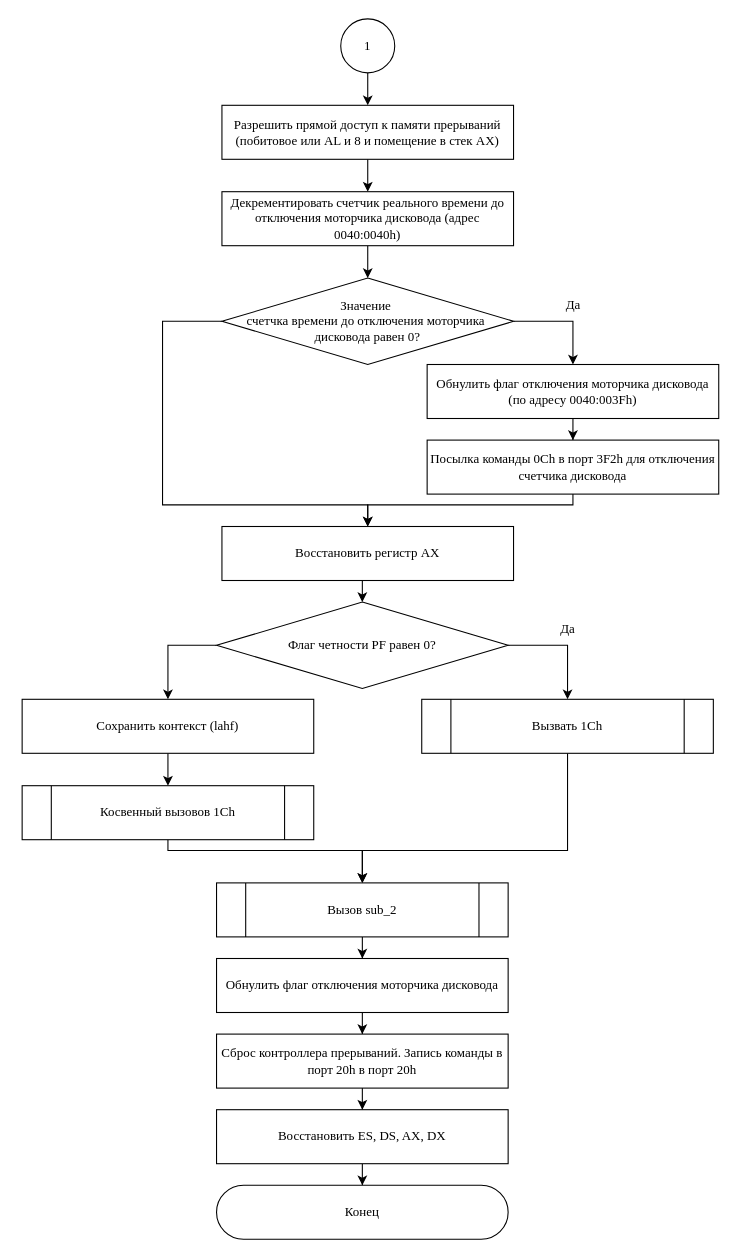
Above: lab-01/INT8_END.drawio in xanderkov/ics7-os (draw.io), before the change. Source tidied: cells renumbered, new cells numbered last; positions are measured from the earlier drawing's top-left corner, leaving out a move shared by most shapes. Both pictures are drawn from the tidied source at 108%, with x=0, y=0 at pixel (22, 18).
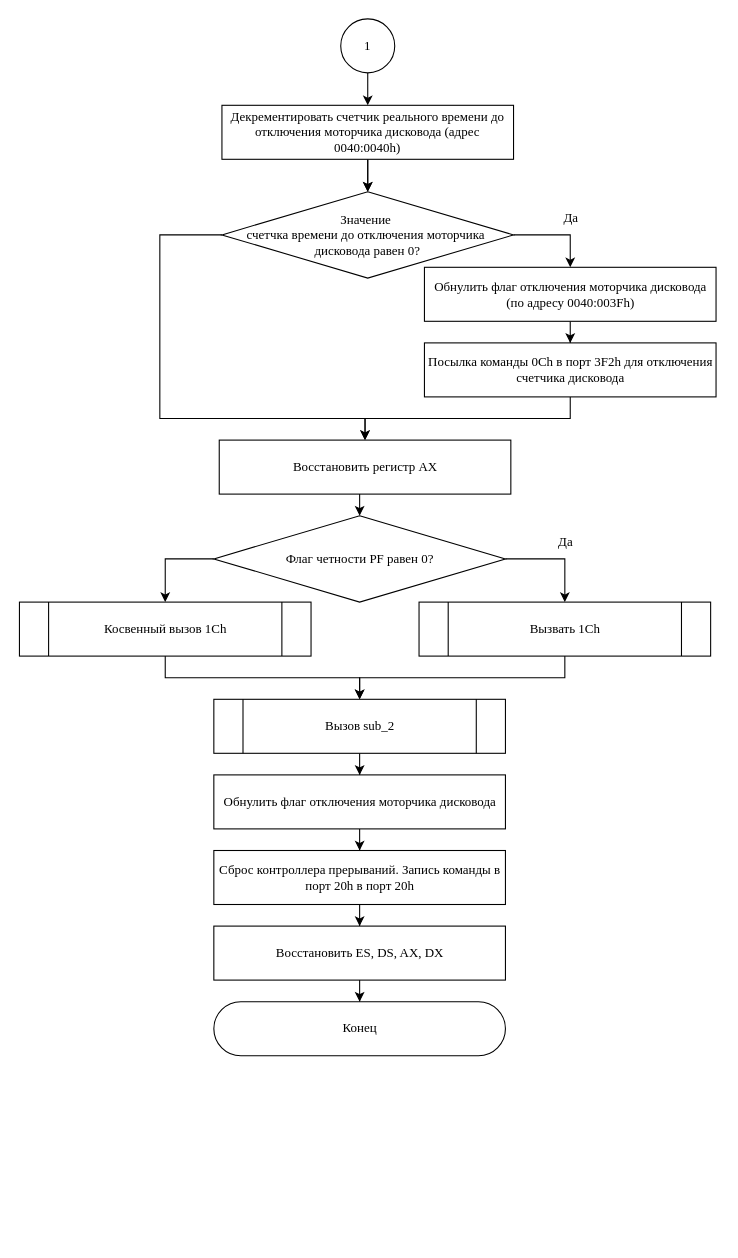
The same page after the edit.

Unchanged cells that the change refers to:
```xml
<mxCell id="36" value="1" style="ellipse;whiteSpace=wrap;html=1;fontFamily=Garamond;" parent="1" vertex="1">
  <mxGeometry x="295" width="50" height="50" as="geometry" />
</mxCell>
```

Change to the diagram source:
```diff
@@
-    <mxCell id="2" style="edgeStyle=orthogonalEdgeStyle;rounded=0;jettySize=auto;html=1;entryX=0.5;entryY=0;entryDx=0;entryDy=0;fontFamily=Times New Roman;" parent="1" edge="1" source="3" target="5">
-      <mxGeometry relative="1" as="geometry" />
-    </mxCell>
-    <mxCell id="3" value="Разрешить прямой доступ к памяти прерываний (побитовое или AL и 8 и помещение в стек AX)" style="rounded=1;whiteSpace=wrap;html=1;fontFamily=Times New Roman;arcSize=0;" parent="1" vertex="1">
-      <mxGeometry x="185" y="80" width="270" height="50" as="geometry" />
-    </mxCell>
@@
+    <mxCell id="37" style="edgeStyle=orthogonalEdgeStyle;rounded=0;jettySize=auto;html=1;" parent="1" edge="1" source="5" target="8">
+      <mxGeometry relative="1" as="geometry" />
+    </mxCell>
     <mxCell id="5" value="Декрементировать счетчик реального времени до отключения моторчика дисковода (адрес 0040:0040h)" style="rounded=1;whiteSpace=wrap;html=1;fontFamily=Times New Roman;arcSize=0;" parent="1" vertex="1">
-      <mxGeometry x="185" y="160" width="270" height="50" as="geometry" />
+      <mxGeometry x="185" y="80" width="270" height="50" as="geometry" />
     </mxCell>
     <mxCell id="6" style="edgeStyle=orthogonalEdgeStyle;rounded=0;jettySize=auto;html=1;entryX=0.5;entryY=0;entryDx=0;entryDy=0;fontFamily=Times New Roman;" parent="1" edge="1" source="8" target="10">
       <mxGeometry relative="1" as="geometry">
         <Array as="points">
-          <mxPoint x="510" y="280" />
+          <mxPoint x="507.5" y="200" />
         </Array>
       </mxGeometry>
     </mxCell>
     <mxCell id="7" style="edgeStyle=orthogonalEdgeStyle;rounded=0;jettySize=auto;html=1;entryX=0.5;entryY=0;entryDx=0;entryDy=0;" parent="1" edge="1" source="8" target="15">
       <mxGeometry relative="1" as="geometry">
         <Array as="points">
-          <mxPoint x="130" y="280" />
-          <mxPoint x="130" y="450" />
-          <mxPoint x="320" y="450" />
+          <mxPoint x="127.5" y="200" />
+          <mxPoint x="127.5" y="370" />
+          <mxPoint x="317.5" y="370" />
         </Array>
       </mxGeometry>
     </mxCell>
     <mxCell id="8" value="&lt;div&gt;Значение&amp;nbsp;&lt;/div&gt;&lt;div&gt;счетчка времени&amp;nbsp;&lt;span style=&quot;background-color: initial;&quot;&gt;до отключения&amp;nbsp;&lt;/span&gt;&lt;span style=&quot;background-color: initial;&quot;&gt;моторчика&amp;nbsp;&lt;/span&gt;&lt;/div&gt;&lt;div&gt;&lt;span style=&quot;background-color: initial;&quot;&gt;дисковода равен 0?&lt;/span&gt;&lt;/div&gt;" style="rhombus;whiteSpace=wrap;html=1;fontFamily=Garamond;" parent="1" vertex="1">
-      <mxGeometry x="185" y="240" width="270" height="80" as="geometry" />
+      <mxGeometry x="185" y="160" width="270" height="80" as="geometry" />
     </mxCell>
@@
     <mxCell id="10" value="Обнулить флаг отключения моторчика дисковода (по адресу 0040:003Fh)" style="rounded=1;whiteSpace=wrap;html=1;fontFamily=Times New Roman;arcSize=0;" parent="1" vertex="1">
-      <mxGeometry x="375" y="320" width="270" height="50" as="geometry" />
+      <mxGeometry x="372.5" y="230" width="270" height="50" as="geometry" />
     </mxCell>
     <mxCell id="11" value="Да" style="text;html=1;align=center;verticalAlign=middle;strokeColor=none;fillColor=none;fontFamily=Times New Roman;" parent="1" vertex="1">
-      <mxGeometry x="490" y="250" width="40" height="30" as="geometry" />
+      <mxGeometry x="487.5" y="170" width="40" height="30" as="geometry" />
     </mxCell>
     <mxCell id="12" style="edgeStyle=orthogonalEdgeStyle;rounded=0;jettySize=auto;html=1;entryX=0.5;entryY=0;entryDx=0;entryDy=0;" parent="1" edge="1" source="13" target="15">
       <mxGeometry relative="1" as="geometry">
         <Array as="points">
-          <mxPoint x="510" y="450" />
-          <mxPoint x="320" y="450" />
+          <mxPoint x="507.5" y="370" />
+          <mxPoint x="317.5" y="370" />
         </Array>
       </mxGeometry>
     </mxCell>
     <mxCell id="13" value="Посылка команды 0Ch в порт 3F2h для отключения счетчика дисковода" style="rounded=1;whiteSpace=wrap;html=1;fontFamily=Times New Roman;arcSize=0;" parent="1" vertex="1">
-      <mxGeometry x="375" y="390" width="270" height="50" as="geometry" />
+      <mxGeometry x="372.5" y="300" width="270" height="50" as="geometry" />
     </mxCell>
     <mxCell id="14" style="edgeStyle=orthogonalEdgeStyle;rounded=0;jettySize=auto;html=1;entryX=0.5;entryY=0;entryDx=0;entryDy=0;fontFamily=Times New Roman;" parent="1" edge="1" source="15" target="18">
       <mxGeometry relative="1" as="geometry">
         <Array as="points">
-          <mxPoint x="315" y="530" />
-          <mxPoint x="315" y="530" />
+          <mxPoint x="312.5" y="450" />
+          <mxPoint x="312.5" y="450" />
         </Array>
       </mxGeometry>
     </mxCell>
     <mxCell id="15" value="Восстановить регистр AX" style="rounded=1;whiteSpace=wrap;html=1;fontFamily=Times New Roman;arcSize=0;" parent="1" vertex="1">
-      <mxGeometry x="185" y="470" width="270" height="50" as="geometry" />
+      <mxGeometry x="182.5" y="390" width="270" height="50" as="geometry" />
     </mxCell>
     <mxCell id="16" style="edgeStyle=orthogonalEdgeStyle;rounded=0;jettySize=auto;html=1;entryX=0.5;entryY=0;entryDx=0;entryDy=0;fontFamily=Times New Roman;" parent="1" edge="1" source="18" target="20">
       <mxGeometry relative="1" as="geometry">
         <Array as="points">
-          <mxPoint x="505" y="580" />
+          <mxPoint x="502.5" y="500" />
         </Array>
       </mxGeometry>
     </mxCell>
-    <mxCell id="17" style="edgeStyle=orthogonalEdgeStyle;rounded=0;jettySize=auto;html=1;fontFamily=Times New Roman;entryX=0.5;entryY=0;entryDx=0;entryDy=0;" parent="1" edge="1" source="18" target="23">
+    <mxCell id="17" style="edgeStyle=orthogonalEdgeStyle;rounded=0;jettySize=auto;html=1;fontFamily=Times New Roman;" parent="1" edge="1" source="18">
       <mxGeometry relative="1" as="geometry">
+        <mxPoint x="132.5" y="540" as="targetPoint" />
         <Array as="points">
-          <mxPoint x="135" y="580" />
+          <mxPoint x="132.5" y="500" />
         </Array>
       </mxGeometry>
     </mxCell>
     <mxCell id="18" value="&lt;div&gt;Флаг четности PF равен 0?&lt;/div&gt;" style="rhombus;whiteSpace=wrap;html=1;fontFamily=Garamond;" parent="1" vertex="1">
-      <mxGeometry x="180" y="540" width="270" height="80" as="geometry" />
+      <mxGeometry x="177.5" y="460" width="270" height="80" as="geometry" />
     </mxCell>
     <mxCell id="19" style="edgeStyle=orthogonalEdgeStyle;rounded=0;jettySize=auto;html=1;entryX=0.5;entryY=0;entryDx=0;entryDy=0;" parent="1" edge="1" source="20" target="27">
       <mxGeometry relative="1" as="geometry">
         <Array as="points">
-          <mxPoint x="505" y="770" />
-          <mxPoint x="315" y="770" />
+          <mxPoint x="503" y="610" />
+          <mxPoint x="313" y="610" />
         </Array>
       </mxGeometry>
     </mxCell>
     <mxCell id="20" value="Вызвать 1Ch" style="shape=process;whiteSpace=wrap;html=1;backgroundOutline=1;rounded=1;arcSize=0;fontFamily=Garamond;" parent="1" vertex="1">
-      <mxGeometry x="370" y="630" width="270" height="50" as="geometry" />
+      <mxGeometry x="367.5" y="540" width="270" height="50" as="geometry" />
     </mxCell>
     <mxCell id="21" value="Да" style="text;html=1;align=center;verticalAlign=middle;strokeColor=none;fillColor=none;fontFamily=Times New Roman;" parent="1" vertex="1">
-      <mxGeometry x="485" y="550" width="40" height="30" as="geometry" />
+      <mxGeometry x="482.5" y="470" width="40" height="30" as="geometry" />
     </mxCell>
-    <mxCell id="22" style="edgeStyle=orthogonalEdgeStyle;rounded=0;jettySize=auto;html=1;" parent="1" edge="1" source="23" target="25">
-      <mxGeometry relative="1" as="geometry" />
-    </mxCell>
-    <mxCell id="23" value="Сохранить контекст (lahf)" style="rounded=1;whiteSpace=wrap;html=1;fontFamily=Times New Roman;arcSize=0;" parent="1" vertex="1">
-      <mxGeometry y="630" width="270" height="50" as="geometry" />
-    </mxCell>
     <mxCell id="24" style="edgeStyle=orthogonalEdgeStyle;rounded=0;jettySize=auto;html=1;entryX=0.5;entryY=0;entryDx=0;entryDy=0;" parent="1" edge="1" source="25" target="27">
       <mxGeometry relative="1" as="geometry">
         <Array as="points">
-          <mxPoint x="135" y="770" />
-          <mxPoint x="315" y="770" />
+          <mxPoint x="133" y="610" />
+          <mxPoint x="313" y="610" />
         </Array>
       </mxGeometry>
     </mxCell>
-    <mxCell id="25" value="Косвенный вызовов 1Ch" style="shape=process;whiteSpace=wrap;html=1;backgroundOutline=1;rounded=1;arcSize=0;fontFamily=Garamond;" parent="1" vertex="1">
-      <mxGeometry y="710" width="270" height="50" as="geometry" />
+    <mxCell id="25" value="Косвенный вызов 1Ch" style="shape=process;whiteSpace=wrap;html=1;backgroundOutline=1;rounded=1;arcSize=0;fontFamily=Garamond;" parent="1" vertex="1">
+      <mxGeometry x="-2.5" y="540" width="270" height="50" as="geometry" />
     </mxCell>
@@
     <mxCell id="27" value="Вызов sub_2" style="shape=process;whiteSpace=wrap;html=1;backgroundOutline=1;rounded=1;arcSize=0;fontFamily=Garamond;" parent="1" vertex="1">
-      <mxGeometry x="180" y="800" width="270" height="50" as="geometry" />
+      <mxGeometry x="177.5" y="630" width="270" height="50" as="geometry" />
     </mxCell>
@@
     <mxCell id="29" value="Обнулить флаг отключения моторчика дисковода" style="rounded=1;whiteSpace=wrap;html=1;fontFamily=Times New Roman;arcSize=0;" parent="1" vertex="1">
-      <mxGeometry x="180" y="870" width="270" height="50" as="geometry" />
+      <mxGeometry x="177.5" y="700" width="270" height="50" as="geometry" />
     </mxCell>
@@
     <mxCell id="31" value="Сброс контроллера прерываний. Запись команды в порт 20h в порт 20h" style="rounded=1;whiteSpace=wrap;html=1;fontFamily=Times New Roman;arcSize=0;" parent="1" vertex="1">
-      <mxGeometry x="180" y="940" width="270" height="50" as="geometry" />
+      <mxGeometry x="177.5" y="770" width="270" height="50" as="geometry" />
     </mxCell>
@@
     <mxCell id="33" value="Восстановить ES, DS, AX, DX" style="rounded=1;whiteSpace=wrap;html=1;fontFamily=Times New Roman;arcSize=0;" parent="1" vertex="1">
-      <mxGeometry x="180" y="1010" width="270" height="50" as="geometry" />
+      <mxGeometry x="177.5" y="840" width="270" height="50" as="geometry" />
     </mxCell>
     <mxCell id="34" value="Конец" style="rounded=1;whiteSpace=wrap;html=1;arcSize=50;fontFamily=Times New Roman;" parent="1" vertex="1">
-      <mxGeometry x="180" y="1080" width="270" height="50" as="geometry" />
+      <mxGeometry x="177.5" y="910" width="270" height="50" as="geometry" />
     </mxCell>
-    <mxCell id="35" style="edgeStyle=orthogonalEdgeStyle;rounded=0;jettySize=auto;html=1;entryX=0.5;entryY=0;entryDx=0;entryDy=0;" parent="1" edge="1" source="36" target="3">
+    <mxCell id="35" style="edgeStyle=orthogonalEdgeStyle;rounded=0;jettySize=auto;html=1;entryX=0.5;entryY=0;entryDx=0;entryDy=0;" parent="1" edge="1" source="36" target="5">
       <mxGeometry relative="1" as="geometry" />
     </mxCell>
```
